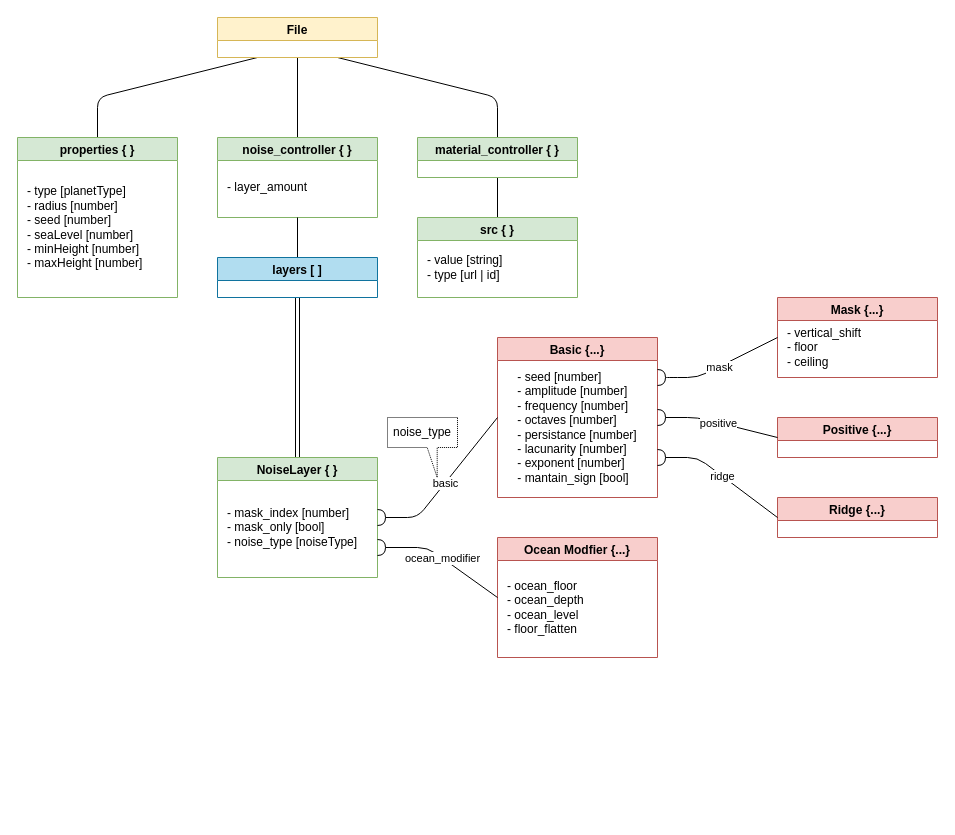
This is page "Json data" (1 of 4) of mechanics/terrain_generation/test12/assets/project_info.drawio.xml from tomm2000/StarForge-Prototypes, a draw.io file, before an edit. Source tidied: cells renumbered, new cells numbered last; positions are measured from the earlier drawing's top-left corner, leaving out a move shared by most shapes. Both pictures are drawn from the tidied source at 100%, with x=0, y=0 at pixel (17, 17).
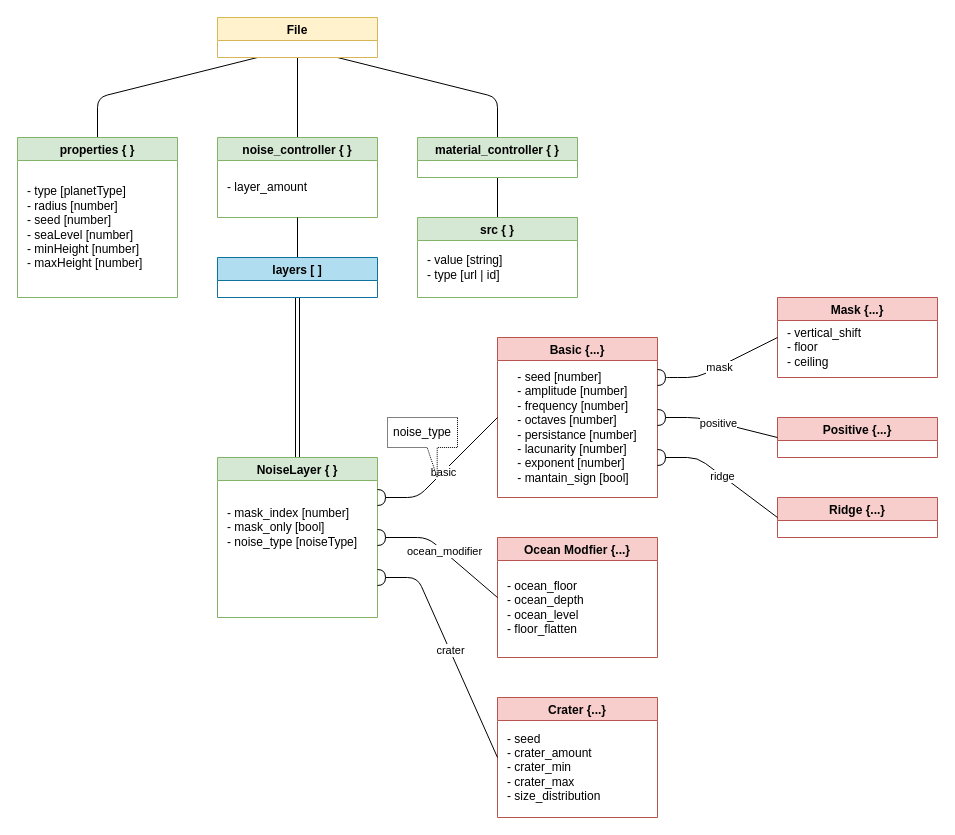
The same diagram, later.

Commit message (it also covers changes not shown here):
updated crater noise

Unchanged cells that the change refers to:
```xml
<mxCell id="19" value="Basic {...}" style="swimlane;fillColor=#f8cecc;strokeColor=#b85450;startSize=23;" parent="1" vertex="1">
  <mxGeometry x="480" y="320" width="160" height="160" as="geometry" />
</mxCell>
<mxCell id="23" value="Ocean Modfier {...}" style="swimlane;fillColor=#f8cecc;strokeColor=#b85450;startSize=23;" parent="1" vertex="1">
  <mxGeometry x="480" y="520" width="160" height="120" as="geometry" />
</mxCell>
```

What changed in the source:
```diff
@@
     <mxCell id="15" value="NoiseLayer { }" style="swimlane;fillColor=#d5e8d4;strokeColor=#82b366;" parent="1" vertex="1">
-      <mxGeometry x="200" y="440" width="160" height="120" as="geometry" />
+      <mxGeometry x="200" y="440" width="160" height="160" as="geometry" />
     </mxCell>
@@
-    <mxCell id="25" style="endArrow=halfCircle;html=1;rounded=1;strokeWidth=1;elbow=vertical;exitX=0;exitY=0.5;exitDx=0;exitDy=0;entryX=1;entryY=0.5;entryDx=0;entryDy=0;endFill=0;" parent="1" edge="1" source="19" target="15">
+    <mxCell id="25" style="endArrow=halfCircle;html=1;rounded=1;strokeWidth=1;elbow=vertical;exitX=0;exitY=0.5;exitDx=0;exitDy=0;entryX=1;entryY=0.25;entryDx=0;entryDy=0;endFill=0;" parent="1" edge="1" source="19" target="15">
       <mxGeometry relative="1" as="geometry">
         <Array as="points">
-          <mxPoint x="400" y="500" />
+          <mxPoint x="400" y="480" />
         </Array>
       </mxGeometry>
     </mxCell>
@@
-    <mxCell id="29" style="endArrow=halfCircle;html=1;rounded=1;strokeWidth=1;elbow=vertical;exitX=0;exitY=0.5;exitDx=0;exitDy=0;entryX=1;entryY=0.75;entryDx=0;entryDy=0;endFill=0;" parent="1" edge="1" source="23" target="15">
+    <mxCell id="29" style="endArrow=halfCircle;html=1;rounded=1;strokeWidth=1;elbow=vertical;exitX=0;exitY=0.5;exitDx=0;exitDy=0;entryX=1;entryY=0.5;entryDx=0;entryDy=0;endFill=0;" parent="1" edge="1" source="23" target="15">
       <mxGeometry relative="1" as="geometry">
         <Array as="points">
-          <mxPoint x="410" y="530" />
+          <mxPoint x="410" y="520" />
         </Array>
       </mxGeometry>
     </mxCell>
@@
+    <mxCell id="38" value="Crater {...}" style="swimlane;fillColor=#f8cecc;strokeColor=#b85450;startSize=23;" parent="1" vertex="1">
+      <mxGeometry x="480" y="680" width="160" height="120" as="geometry" />
+    </mxCell>
+    <mxCell id="39" value="- seed&lt;br&gt;- crater_amount&lt;br&gt;- crater_min&lt;br&gt;- crater_max&lt;br&gt;- size_distribution" style="text;html=1;strokeColor=none;fillColor=none;align=left;verticalAlign=middle;whiteSpace=wrap;rounded=0;spacing=0;" parent="38" vertex="1">
+      <mxGeometry x="10" y="30" width="140" height="80" as="geometry" />
+    </mxCell>
+    <mxCell id="40" style="endArrow=halfCircle;html=1;rounded=1;exitX=0;exitY=0.5;exitDx=0;exitDy=0;entryX=1;entryY=0.75;entryDx=0;entryDy=0;endFill=0;" parent="1" edge="1" source="38" target="15">
+      <mxGeometry relative="1" as="geometry">
+        <Array as="points">
+          <mxPoint x="400" y="560" />
+        </Array>
+      </mxGeometry>
+    </mxCell>
+    <mxCell id="41" value="crater" style="edgeLabel;html=1;align=center;verticalAlign=middle;" parent="40" vertex="1">
+      <mxGeometry relative="1" as="geometry" />
+    </mxCell>
```
